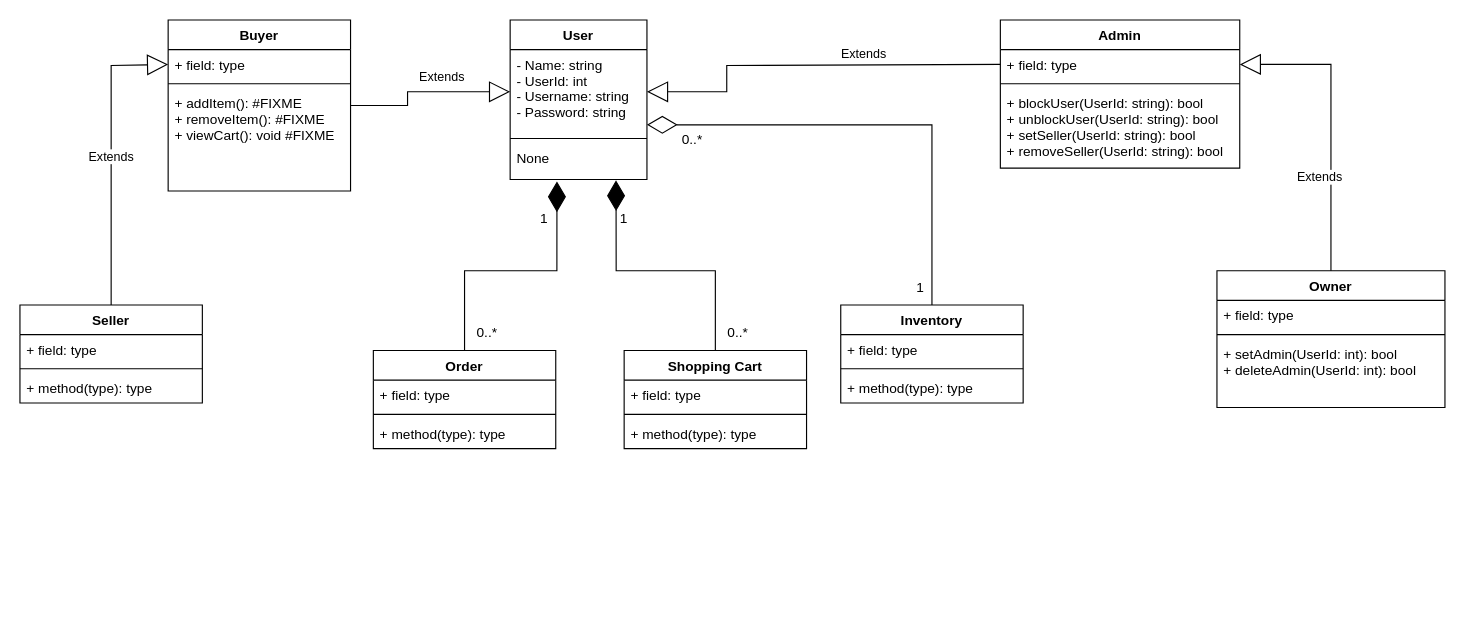
This is Class_Diagram.drawio from adl409/SE-project-Group-5, a draw.io file, before an edit. Source tidied: cells renumbered, new cells numbered last; positions are measured from the earlier drawing's top-left corner, leaving out a move shared by most shapes. Both pictures are drawn from the tidied source at 114%, with x=0, y=0 at pixel (19, 19).
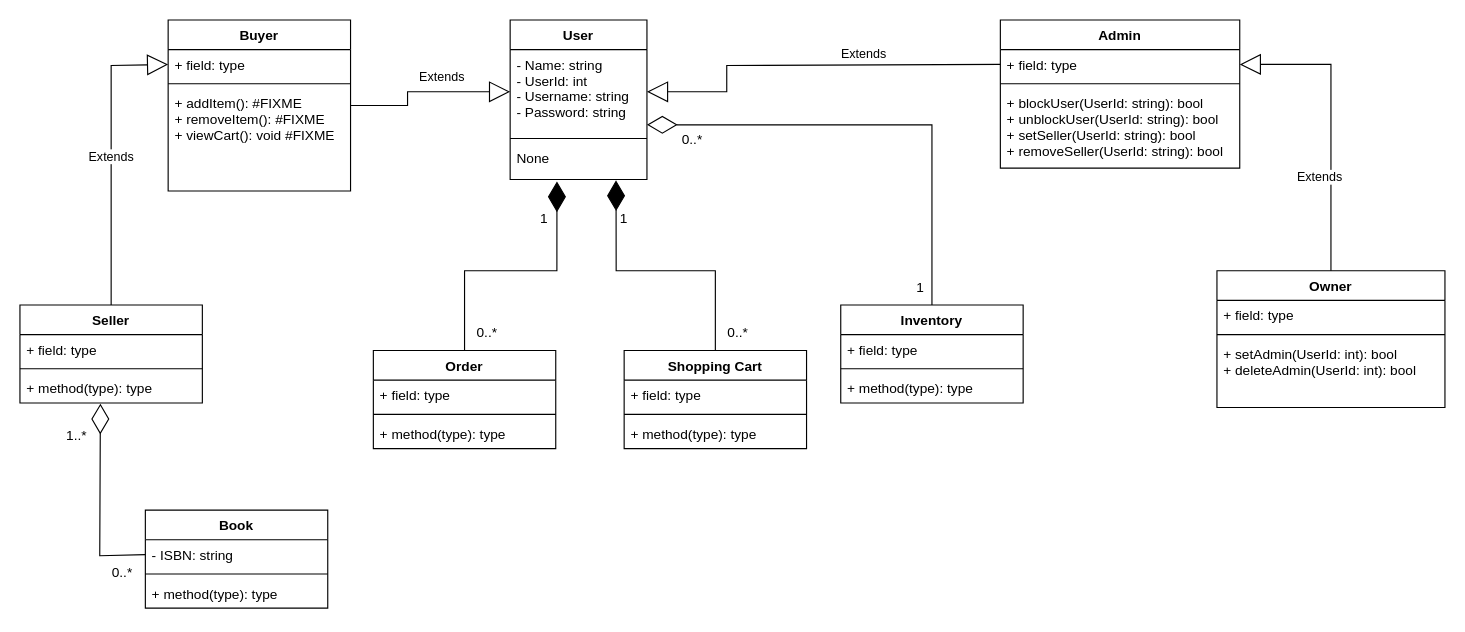
The same diagram, later.

Commit message:
Added Books to the diagram

Unchanged cells that the change refers to:
```xml
<mxCell id="21" value="+ method(type): type" style="text;strokeColor=none;fillColor=none;align=left;verticalAlign=top;spacingLeft=4;spacingRight=4;overflow=hidden;points=[[0,0.5],[1,0.5]];portConstraint=eastwest;" parent="18" vertex="1">
  <mxGeometry y="60" width="160" height="26" as="geometry" />
</mxCell>
```

The edit, as a diff of the source:
```diff
@@
+    <mxCell id="47" value="Book" style="swimlane;fontStyle=1;align=center;verticalAlign=top;horizontal=1;startSize=26;" parent="1" vertex="1">
+      <mxGeometry x="110" y="430" width="160" height="86" as="geometry" />
+    </mxCell>
+    <mxCell id="48" value="- ISBN: string&#10;" style="text;strokeColor=none;fillColor=none;align=left;verticalAlign=top;spacingLeft=4;spacingRight=4;overflow=hidden;points=[[0,0.5],[1,0.5]];portConstraint=eastwest;" parent="47" vertex="1">
+      <mxGeometry y="26" width="160" height="26" as="geometry" />
+    </mxCell>
+    <mxCell id="49" style="line;strokeWidth=1;fillColor=none;align=left;verticalAlign=middle;spacingTop=-1;spacingLeft=3;spacingRight=3;labelPosition=right;strokeColor=inherit;" parent="47" vertex="1">
+      <mxGeometry y="52" width="160" height="8" as="geometry" />
+    </mxCell>
+    <mxCell id="50" value="+ method(type): type" style="text;strokeColor=none;fillColor=none;align=left;verticalAlign=top;spacingLeft=4;spacingRight=4;overflow=hidden;" parent="47" vertex="1">
+      <mxGeometry y="60" width="160" height="26" as="geometry" />
+    </mxCell>
+    <mxCell id="51" style="endArrow=diamondThin;endFill=0;endSize=24;html=1;rounded=0;exitX=0;exitY=0.5;exitDx=0;exitDy=0;entryX=0.441;entryY=1.023;entryDx=0;entryDy=0;entryPerimeter=0;" parent="1" edge="1" source="48" target="21">
+      <mxGeometry relative="1" as="geometry">
+        <Array as="points">
+          <mxPoint x="70" y="470" />
+        </Array>
+      </mxGeometry>
+    </mxCell>
+    <mxCell id="52" value="0..*" style="text;strokeColor=none;align=center;fillColor=none;html=1;verticalAlign=middle;whiteSpace=wrap;rounded=0;" parent="1" vertex="1">
+      <mxGeometry x="60" y="470" width="60" height="30" as="geometry" />
+    </mxCell>
+    <mxCell id="53" value="1..*" style="text;strokeColor=none;align=center;fillColor=none;html=1;verticalAlign=middle;whiteSpace=wrap;rounded=0;" parent="1" vertex="1">
+      <mxGeometry x="20" y="350" width="60" height="30" as="geometry" />
+    </mxCell>
```
